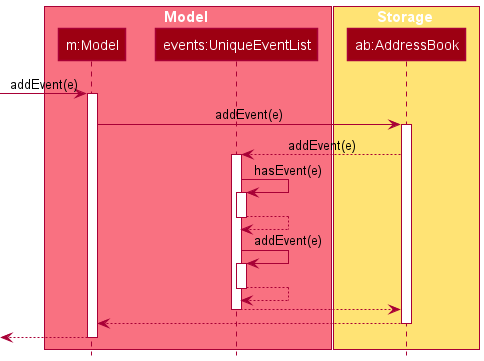
Above: docs/images/AddEventToStorageSequenceDiagram.png in wowsiddanth/tp (PlantUML), before the change.
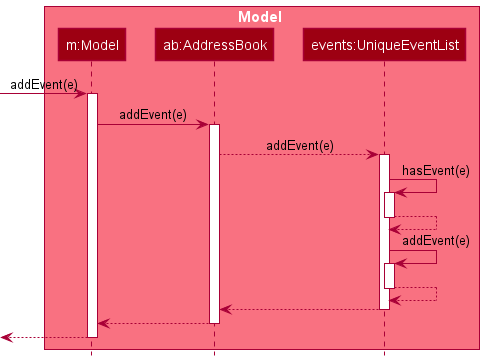
Above is the later version.

Change to the diagram source:
```diff
@@ -3,11 +3,8 @@
 
 box Model MODEL_COLOR_T1
 participant "m:Model" as Model MODEL_COLOR
+participant "ab:AddressBook" as AddressBook MODEL_COLOR
 participant "events:UniqueEventList" as UniqueEventList MODEL_COLOR
-end box
-
-box Storage STORAGE_COLOR_T1
-participant "ab:AddressBook" as AddressBook MODEL_COLOR
 end box
 
 [-> Model: addEvent(e)
```
